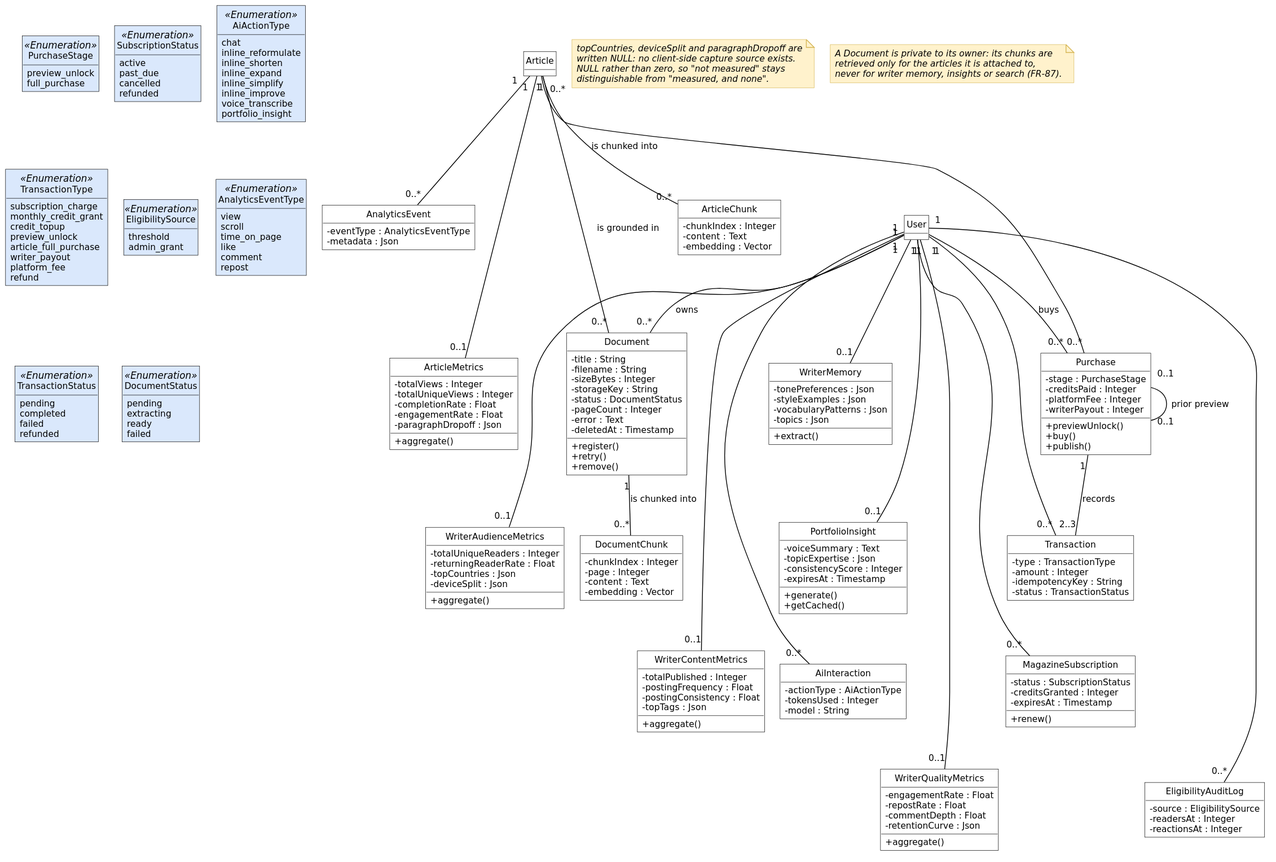
Earlier version of the PlantUML export diagrams/fig-2-3-classes-ai-marketplace-analytics/fig-2-3-classes-ai-marketplace-analytics.svg (inkwell-dev/spec.inkwell.ai). Its diagram source:
```plantuml
@startuml
!include ../_style.puml
skinparam nodesep 20
skinparam ranksep 45
hide circle
hide empty methods

class User
class Article

class ArticleChunk {
  - chunkIndex : Integer
  - content : Text
  - embedding : Vector
}
class WriterMemory {
  - tonePreferences : Json
  - styleExamples : Json
  - vocabularyPatterns : Json
  - topics : Json
  + extract()
}
class PortfolioInsight {
  - voiceSummary : Text
  - topicExpertise : Json
  - consistencyScore : Integer
  - expiresAt : Timestamp
  + generate()
  + getCached()
}
class Document {
  - title : String
  - filename : String
  - sizeBytes : Integer
  - storageKey : String
  - status : DocumentStatus
  - pageCount : Integer
  - error : Text
  - deletedAt : Timestamp
  + register()
  + retry()
  + remove()
}
class DocumentChunk {
  - chunkIndex : Integer
  - page : Integer
  - content : Text
  - embedding : Vector
}
class AiInteraction {
  - actionType : AiActionType
  - tokensUsed : Integer
  - model : String
}
class Purchase {
  - stage : PurchaseStage
  - creditsPaid : Integer
  - platformFee : Integer
  - writerPayout : Integer
  + previewUnlock()
  + buy()
  + publish()
}
class Transaction {
  - type : TransactionType
  - amount : Integer
  - idempotencyKey : String
  - status : TransactionStatus
}
class MagazineSubscription {
  - status : SubscriptionStatus
  - creditsGranted : Integer
  - expiresAt : Timestamp
  + renew()
}
class EligibilityAuditLog {
  - source : EligibilitySource
  - readersAt : Integer
  - reactionsAt : Integer
}
class AnalyticsEvent {
  - eventType : AnalyticsEventType
  - metadata : Json
}
class ArticleMetrics {
  - totalViews : Integer
  - totalUniqueViews : Integer
  - completionRate : Float
  - engagementRate : Float
  - paragraphDropoff : Json
  + aggregate()
}
class WriterAudienceMetrics {
  - totalUniqueReaders : Integer
  - returningReaderRate : Float
  - topCountries : Json
  - deviceSplit : Json
  + aggregate()
}
class WriterContentMetrics {
  - totalPublished : Integer
  - postingFrequency : Float
  - postingConsistency : Float
  - topTags : Json
  + aggregate()
}
class WriterQualityMetrics {
  - engagementRate : Float
  - repostRate : Float
  - commentDepth : Float
  - retentionCurve : Json
  + aggregate()
}

class PurchaseStage <<Enumeration>> {
  preview_unlock
  full_purchase
}
class TransactionType <<Enumeration>> {
  subscription_charge
  monthly_credit_grant
  credit_topup
  preview_unlock
  article_full_purchase
  writer_payout
  platform_fee
  refund
}
class TransactionStatus <<Enumeration>> {
  pending
  completed
  failed
  refunded
}
class SubscriptionStatus <<Enumeration>> {
  active
  past_due
  cancelled
  refunded
}
class EligibilitySource <<Enumeration>> {
  threshold
  admin_grant
}
class DocumentStatus <<Enumeration>> {
  pending
  extracting
  ready
  failed
}
class AiActionType <<Enumeration>> {
  chat
  inline_reformulate
  inline_shorten
  inline_expand
  inline_simplify
  inline_improve
  voice_transcribe
  portfolio_insight
}
class AnalyticsEventType <<Enumeration>> {
  view
  scroll
  time_on_page
  like
  comment
  repost
}

Article "1" -- "0..*" ArticleChunk : is chunked into
User "1" -- "0..1" WriterMemory
User "1" -- "0..1" PortfolioInsight
User "1" -- "0..*" AiInteraction
User "1" -- "0..*" Document : owns
Document "1" -- "0..*" DocumentChunk : is chunked into
Article "0..*" -- "0..*" Document : is grounded in
Article "1" -- "0..*" Purchase
User "1" -- "0..*" Purchase : buys
Purchase "0..1" -- "0..1" Purchase : prior preview
Purchase "1" -- "2..3" Transaction : records
User "1" -- "0..*" Transaction
User "1" -- "0..*" MagazineSubscription
User "1" -- "0..*" EligibilityAuditLog
Article "1" -- "0..*" AnalyticsEvent
Article "1" -- "0..1" ArticleMetrics
User "1" -- "0..1" WriterAudienceMetrics
User "1" -- "0..1" WriterContentMetrics
User "1" -- "0..1" WriterQualityMetrics

note as N1
  topCountries, deviceSplit and paragraphDropoff are
  written NULL: no client-side capture source exists.
  NULL rather than zero, so "not measured" stays
  distinguishable from "measured, and none".
end note

note as N2
  A Document is private to its owner: its chunks are
  retrieved only for the articles it is attached to,
  never for writer memory, insights or search (FR-87).
end note

ArticleChunk -[hidden]down- WriterMemory
WriterMemory -[hidden]down- PortfolioInsight
PortfolioInsight -[hidden]down- AiInteraction
Document -[hidden]down- DocumentChunk
Purchase -[hidden]down- Transaction
Transaction -[hidden]down- MagazineSubscription
MagazineSubscription -[hidden]down- EligibilityAuditLog
AnalyticsEvent -[hidden]down- ArticleMetrics
ArticleMetrics -[hidden]down- WriterAudienceMetrics
WriterAudienceMetrics -[hidden]down- WriterContentMetrics
WriterContentMetrics -[hidden]down- WriterQualityMetrics
PurchaseStage -[hidden]down- TransactionType
TransactionType -[hidden]down- TransactionStatus
SubscriptionStatus -[hidden]down- EligibilitySource
EligibilitySource -[hidden]down- DocumentStatus
AiActionType -[hidden]down- AnalyticsEventType
PurchaseStage -[hidden]right- SubscriptionStatus
SubscriptionStatus -[hidden]right- AiActionType
@enduml
```
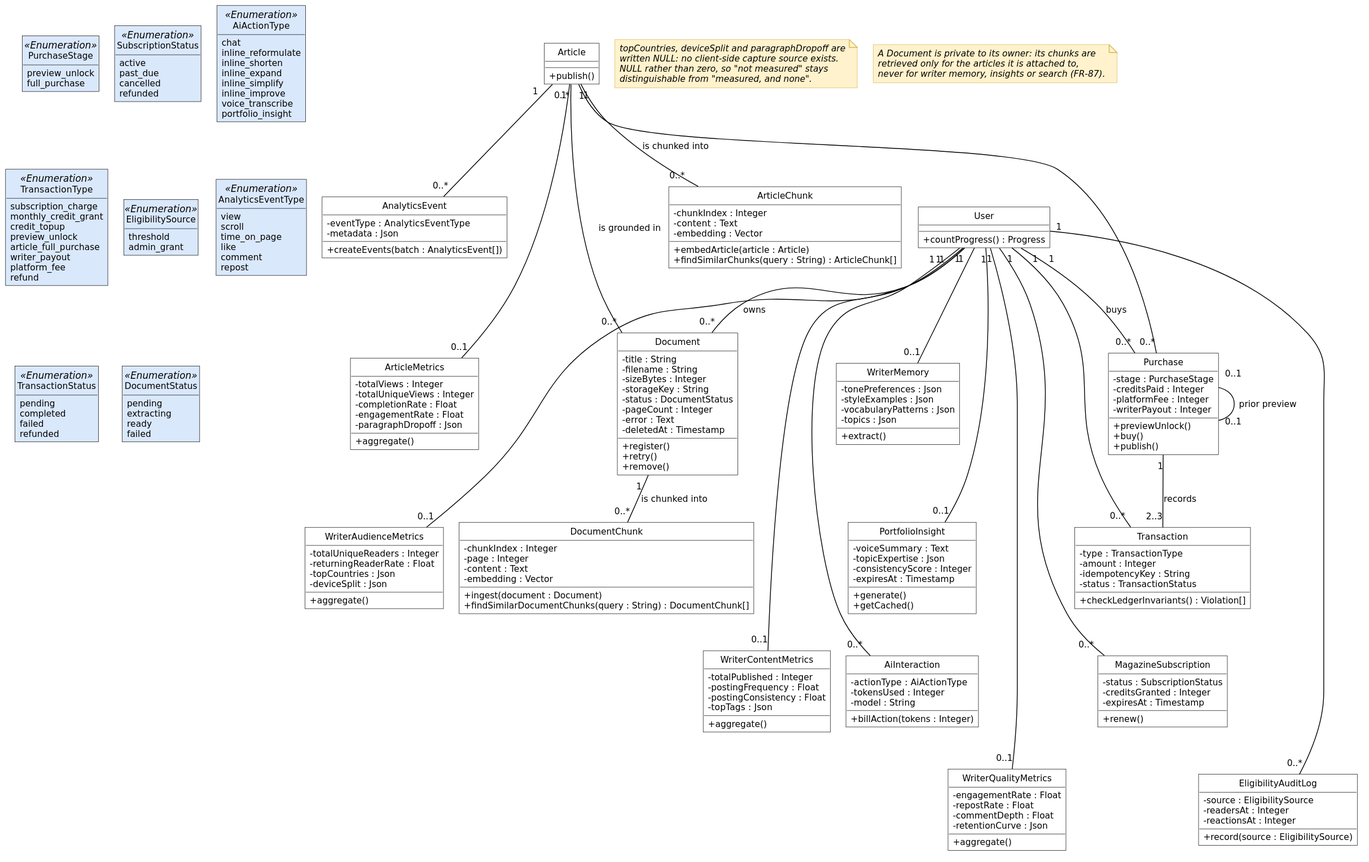
After the change.

Change to the diagram source:
```diff
@@ -5,13 +5,19 @@
 hide circle
 hide empty methods
 
-class User
-class Article
+class User {
+  + countProgress() : Progress
+}
+class Article {
+  + publish()
+}
 
 class ArticleChunk {
   - chunkIndex : Integer
   - content : Text
   - embedding : Vector
+  + embedArticle(article : Article)
+  + findSimilarChunks(query : String) : ArticleChunk[]
 }
 class WriterMemory {
   - tonePreferences : Json
@@ -46,11 +52,14 @@
   - page : Integer
   - content : Text
   - embedding : Vector
+  + ingest(document : Document)
+  + findSimilarDocumentChunks(query : String) : DocumentChunk[]
 }
 class AiInteraction {
   - actionType : AiActionType
   - tokensUsed : Integer
   - model : String
+  + billAction(tokens : Integer)
 }
 class Purchase {
   - stage : PurchaseStage
@@ -66,6 +75,7 @@
   - amount : Integer
   - idempotencyKey : String
   - status : TransactionStatus
+  + checkLedgerInvariants() : Violation[]
 }
 class MagazineSubscription {
   - status : SubscriptionStatus
@@ -77,10 +87,12 @@
   - source : EligibilitySource
   - readersAt : Integer
   - reactionsAt : Integer
+  + record(source : EligibilitySource)
 }
 class AnalyticsEvent {
   - eventType : AnalyticsEventType
   - metadata : Json
+  + createEvents(batch : AnalyticsEvent[])
 }
 class ArticleMetrics {
   - totalViews : Integer
```
